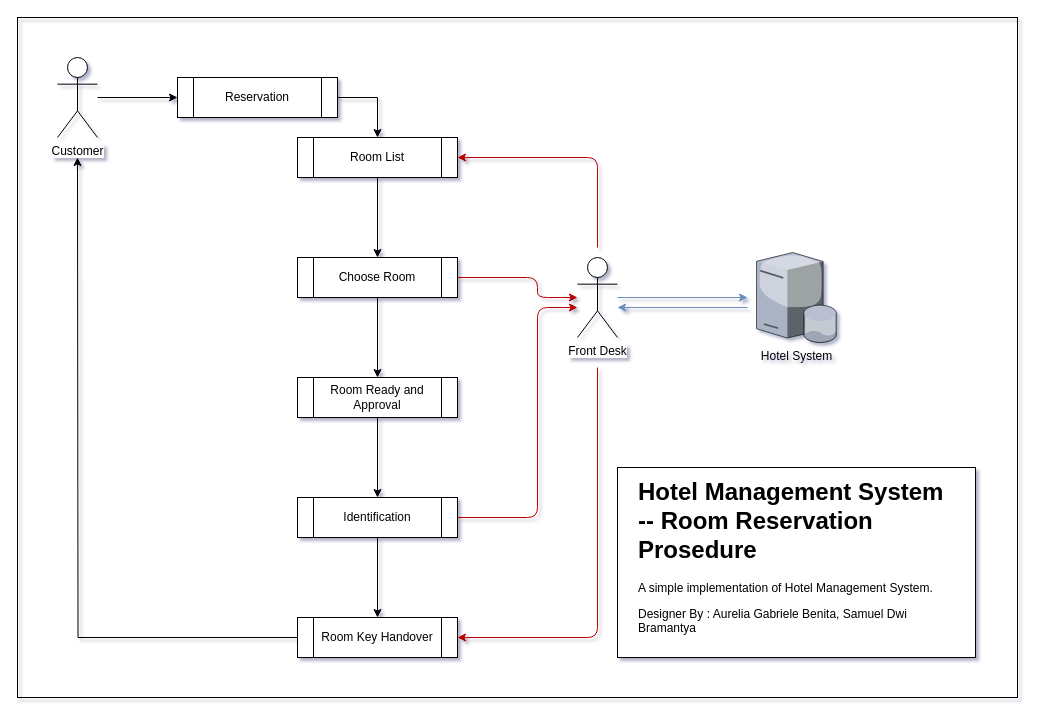
The draw.io diagram ASD-TR-Management Diagram.drawio in wowotek/ASD-TR-HotelManagement, before the edit. Source tidied: cells renumbered, new cells numbered last; positions are measured from the earlier drawing's top-left corner, leaving out a move shared by most shapes. Both pictures are drawn from the tidied source at 100%, with x=0, y=0 at pixel (17, 17).
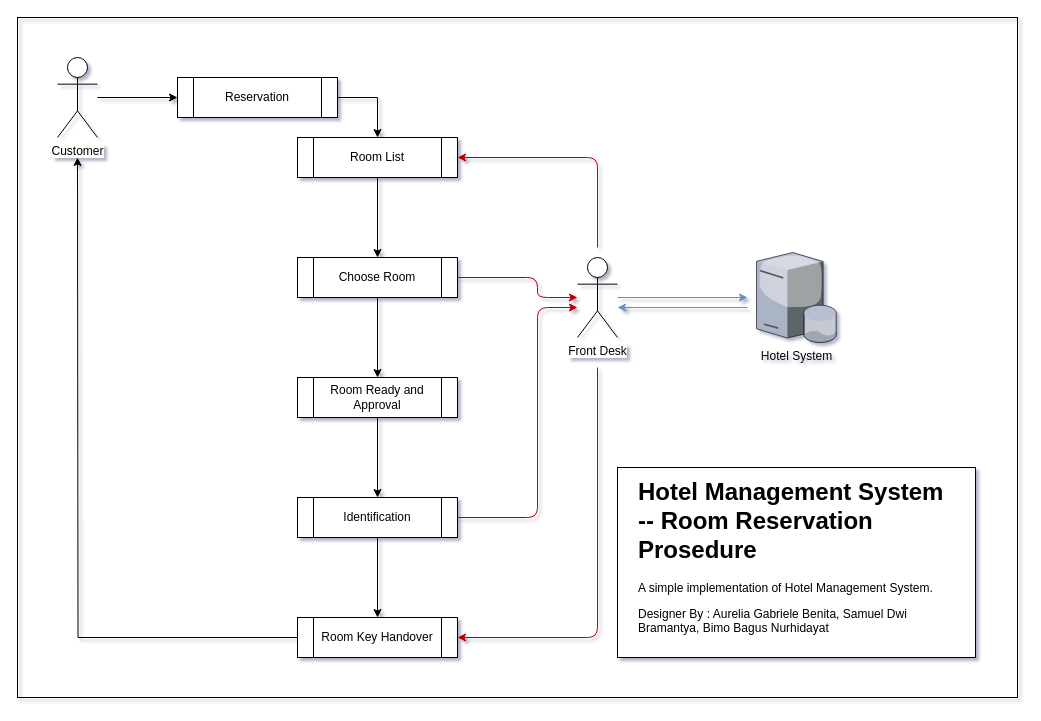
The same page after the edit.

Unchanged cells that the change refers to:
```xml
<mxCell id="4" style="group;shadow=0;" parent="3" vertex="1">
  <mxGeometry width="358" height="190" as="geometry" />
</mxCell>
```

Diff of the diagram source:
```diff
@@
-    <mxCell id="6" value="&lt;h1&gt;Hotel Management System -- Room Reservation Prosedure&lt;br&gt;&lt;/h1&gt;&lt;p&gt;A simple implementation of Hotel Management System.&lt;/p&gt;&lt;p&gt;Designer By : Aurelia Gabriele Benita, Samuel Dwi Bramantya&lt;br&gt;&lt;/p&gt;" style="text;html=1;strokeColor=none;fillColor=none;spacing=5;spacingTop=-20;whiteSpace=wrap;overflow=hidden;rounded=0;perimeterSpacing=0;" parent="4" vertex="1">
+    <mxCell id="6" value="&lt;h1&gt;Hotel Management System -- Room Reservation Prosedure&lt;br&gt;&lt;/h1&gt;&lt;p&gt;A simple implementation of Hotel Management System.&lt;/p&gt;&lt;p&gt;Designer By : Aurelia Gabriele Benita, Samuel Dwi Bramantya, Bimo Bagus Nurhidayat&lt;br&gt;&lt;/p&gt;" style="text;html=1;strokeColor=none;fillColor=none;spacing=5;spacingTop=-20;whiteSpace=wrap;overflow=hidden;rounded=0;perimeterSpacing=0;" parent="4" vertex="1">
       <mxGeometry x="16.3" y="5" width="325.5" height="180" as="geometry" />
     </mxCell>
```
